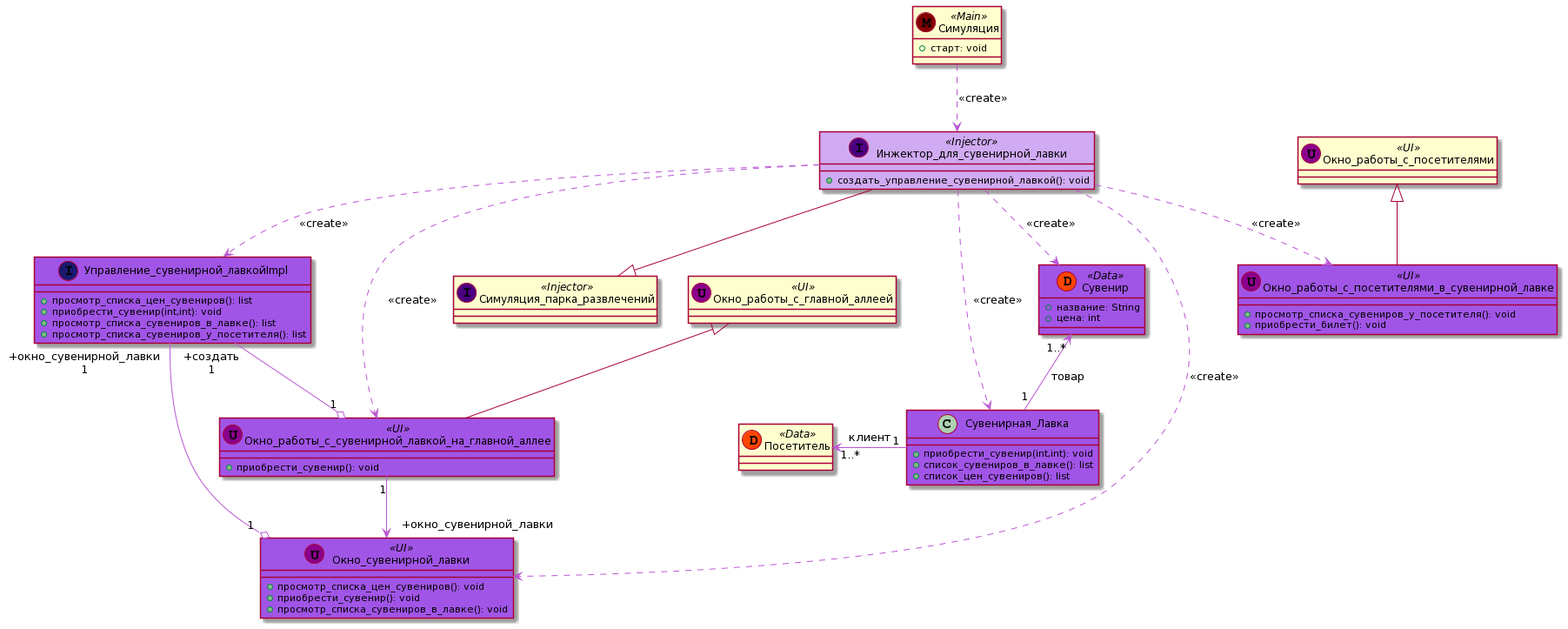
Earlier version of the PlantUML export description/images-ru/class-develop-souvenir-shop-1.png (mzhirko/amusement-park).
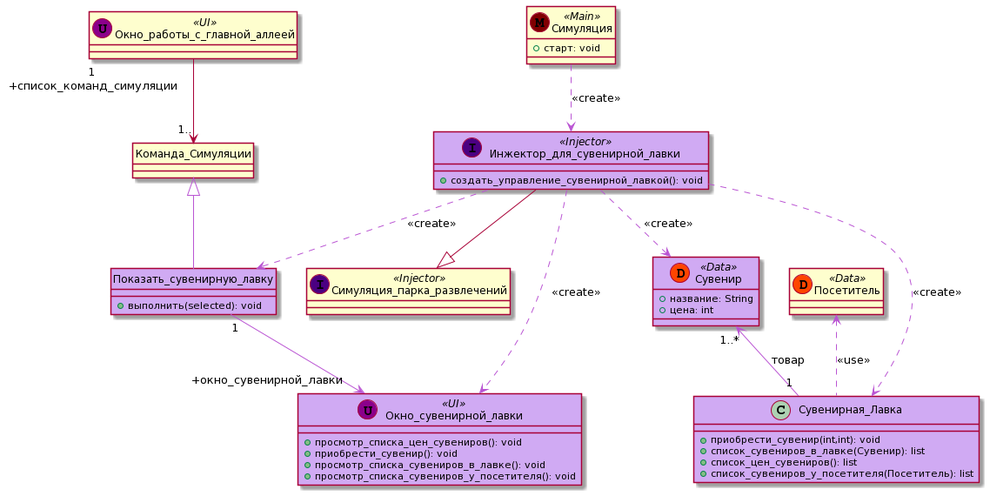
Above is the later version.

Commit message:
Update souvenir shop diagram

What changed in the source:
```diff
@@ -1,19 +1,15 @@
 @startuml
 Симуляция .[#MediumOrchid].> Инжектор_для_сувенирной_лавки: <<create>>
 Симуляция_парка_развлечений <|-up- Инжектор_для_сувенирной_лавки
-Инжектор_для_сувенирной_лавки .[#MediumOrchid].> Управление_сувенирной_лавкойImpl: <<create>>
 Инжектор_для_сувенирной_лавки .[#MediumOrchid].> Окно_сувенирной_лавки: <<create>>
 Инжектор_для_сувенирной_лавки .[#MediumOrchid].> Сувенирная_Лавка: <<create>>
 Инжектор_для_сувенирной_лавки .[#MediumOrchid].> Сувенир: <<create>>
 Сувенир "1..*" <-[#MediumOrchid]down- "1" Сувенирная_Лавка: товар
-Окно_работы_с_главной_аллеей <|-down- Окно_работы_с_сувенирной_лавкой_на_главной_аллее
-Окно_работы_с_сувенирной_лавкой_на_главной_аллее "1" -[#MediumOrchid]-> " +окно_сувенирной_лавки" Окно_сувенирной_лавки
-Управление_сувенирной_лавкойImpl " +окно_сувенирной_лавки\n 1" -[#MediumOrchid]-o "1" Окно_сувенирной_лавки
-Управление_сувенирной_лавкойImpl " +создать\n 1" -[#MediumOrchid]-o "1" Окно_работы_с_сувенирной_лавкой_на_главной_аллее
-Посетитель "1..*" <-[#MediumOrchid] "1" Сувенирная_Лавка: клиент
-Инжектор_для_сувенирной_лавки .[#MediumOrchid].> Окно_работы_с_посетителями_в_сувенирной_лавке: <<create>>
-Инжектор_для_сувенирной_лавки .[#MediumOrchid].> Окно_работы_с_сувенирной_лавкой_на_главной_аллее: <<create>>
-Окно_работы_с_посетителями <|-down- Окно_работы_с_посетителями_в_сувенирной_лавке
+Команда_Симуляции <|-[#MediumOrchid]down- Показать_сувенирную_лавку
+Окно_работы_с_главной_аллеей "1\n +список_команд_симуляции" -down-> "1.." Команда_Симуляции
+Показать_сувенирную_лавку "1" -[#MediumOrchid]-> " +окно_сувенирной_лавки" Окно_сувенирной_лавки
+Посетитель <.[#MediumOrchid]. Сувенирная_Лавка: <<use>>
+Инжектор_для_сувенирной_лавки .[#MediumOrchid].> Показать_сувенирную_лавку: <<create>>
 
 class Симуляция << (M,Maroon) Main >> {
 + старт: void
@@ -30,47 +26,38 @@
     + просмотр_списка_цен_сувениров(): void
     + приобрести_сувенир(): void
     + просмотр_списка_сувениров_в_лавке(): void
+    + просмотр_списка_сувениров_у_посетителя(): void
+
 }
 
-class Управление_сувенирной_лавкойImpl << (I,MidnightBlue) >> {
-    + просмотр_списка_цен_сувениров(): list
-    + приобрести_сувенир(int,int): void
-    + просмотр_списка_сувениров_в_лавке(): list
-    + просмотр_списка_сувениров_у_посетителя(): list
-}
-
-class Окно_работы_с_посетителями << (U,DarkMagenta) UI>> {
-}
-
-class Окно_работы_с_посетителями_в_сувенирной_лавке << (U,DarkMagenta) UI>> #A155E7{
-    + просмотр_списка_сувениров_у_посетителя(): void
-    + приобрести_билет(): void
-}
 
 class Посетитель << (D,OrangeRed) Data>> {
 }
 
-class Сувенир << (D,OrangeRed) Data>> #A155E7 {
+class Сувенир << (D,OrangeRed) Data>> #D0AAF3 {
     + название: String
     + цена: int
 }
 
-class Сувенирная_Лавка #A155E7 {
+class Сувенирная_Лавка #D0AAF3 {
     + приобрести_сувенир(int,int): void
-    + список_сувениров_в_лавке(): list
+    + список_сувениров_в_лавке(Сувенир): list
     + список_цен_сувениров(): list
+    + список_сувениров_у_посетителя(Посетитель): list
 }
 
 class Окно_работы_с_главной_аллеей << (U,DarkMagenta) UI>> {
 }
 
-class Окно_работы_с_сувенирной_лавкой_на_главной_аллее << (U,DarkMagenta) UI>> #A155E7 {
-    + приобрести_сувенир(): void
+class Показать_сувенирную_лавку #D0AAF3 {
++ выполнить(selected): void
+}
+hide Показать_сувенирную_лавку circle
+
+class Окно_сувенирной_лавки #D0AAF3 {
 }
 
-class Окно_сувенирной_лавки #A155E7 {
+class Команда_Симуляции {
 }
-
-class Управление_сувенирной_лавкойImpl #A155E7 {
-}
+hide Команда_Симуляции circle
 @enduml
```
